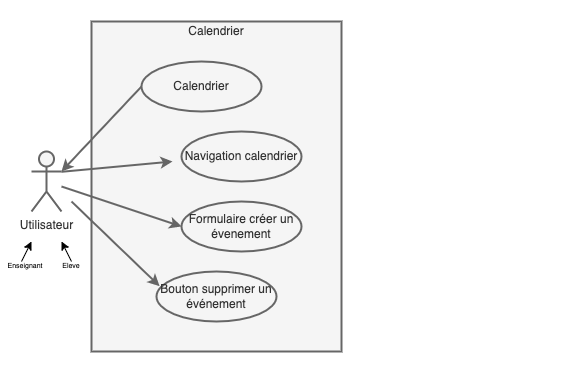
The draw.io diagram calendrier-usage.drawio.png in TanguyLunais-Robin/TestTest2020, before a commit. Source tidied: cells renumbered, new cells last; positions are measured from the earlier drawing's top-left corner, leaving out a move shared by most shapes.
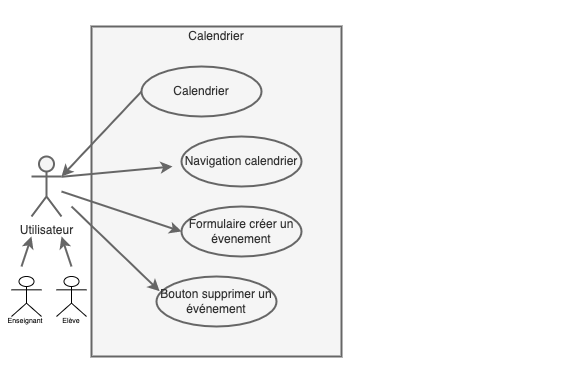
After the commit.

Diff of the diagram source:
```diff
@@ -3,7 +3,7 @@
     <mxCell id="0" />
     <mxCell id="1" parent="0" />
     <mxCell id="2" style="rounded=0;whiteSpace=wrap;html=1;strokeWidth=2;fillColor=#FFFFFF;strokeColor=none;" parent="1" vertex="1">
-      <mxGeometry width="580" height="380" as="geometry" />
+      <mxGeometry y="-5" width="580" height="380" as="geometry" />
     </mxCell>
     <mxCell id="3" style="rounded=0;whiteSpace=wrap;html=1;strokeWidth=2;fillColor=#f5f5f5;strokeColor=#666666;fontColor=#333333;" parent="1" vertex="1">
       <mxGeometry x="90" y="20" width="250" height="330" as="geometry" />
@@ -38,28 +38,34 @@
       </mxGeometry>
     </mxCell>
     <mxCell id="13" value="Enseignant&amp;nbsp;" style="text;html=1;strokeColor=none;fillColor=none;align=center;verticalAlign=middle;whiteSpace=wrap;rounded=0;fontSize=7;" parent="1" vertex="1">
-      <mxGeometry x="10" y="260" width="30" height="10" as="geometry" />
+      <mxGeometry x="10" y="310" width="30" height="10" as="geometry" />
     </mxCell>
-    <mxCell id="14" style="endArrow=classic;html=1;rounded=0;fontSize=7;" parent="1" edge="1">
-      <mxGeometry relative="1" as="geometry">
-        <mxPoint x="20" y="260" as="sourcePoint" />
-        <mxPoint x="30" y="240" as="targetPoint" />
-      </mxGeometry>
-    </mxCell>
-    <mxCell id="15" value="Eleve" style="text;html=1;strokeColor=none;fillColor=none;align=center;verticalAlign=middle;whiteSpace=wrap;rounded=0;fontSize=7;" parent="1" vertex="1">
-      <mxGeometry x="40" y="250" width="60" height="30" as="geometry" />
+    <mxCell id="15" value="Elève" style="text;html=1;strokeColor=none;fillColor=none;align=center;verticalAlign=middle;whiteSpace=wrap;rounded=0;fontSize=7;" parent="1" vertex="1">
+      <mxGeometry x="40" y="300" width="60" height="30" as="geometry" />
     </mxCell>
-    <mxCell id="16" style="endArrow=classic;html=1;rounded=0;fontSize=7;" parent="1" edge="1">
-      <mxGeometry relative="1" as="geometry">
-        <mxPoint x="70" y="260" as="sourcePoint" />
-        <mxPoint x="60" y="240" as="targetPoint" />
-      </mxGeometry>
-    </mxCell>
     <mxCell id="17" style="rounded=0;orthogonalLoop=1;jettySize=auto;html=1;strokeWidth=2;fillColor=#f5f5f5;strokeColor=#666666;" parent="1" edge="1">
       <mxGeometry relative="1" as="geometry">
         <mxPoint x="60" y="170.3" as="sourcePoint" />
         <mxPoint x="171" y="160" as="targetPoint" />
       </mxGeometry>
     </mxCell>
+    <mxCell id="18" style="rounded=0;orthogonalLoop=1;jettySize=auto;html=1;strokeWidth=2;fillColor=#f5f5f5;strokeColor=#666666;" parent="1" edge="1">
+      <mxGeometry relative="1" as="geometry">
+        <mxPoint x="70" y="260" as="sourcePoint" />
+        <mxPoint x="60" y="230" as="targetPoint" />
+      </mxGeometry>
+    </mxCell>
+    <mxCell id="19" style="shape=umlActor;verticalLabelPosition=bottom;verticalAlign=top;html=1;" parent="1" vertex="1">
+      <mxGeometry x="55" y="270" width="30" height="40" as="geometry" />
+    </mxCell>
+    <mxCell id="20" style="rounded=0;orthogonalLoop=1;jettySize=auto;html=1;strokeWidth=2;fillColor=#f5f5f5;strokeColor=#666666;" parent="1" edge="1">
+      <mxGeometry relative="1" as="geometry">
+        <mxPoint x="20" y="260" as="sourcePoint" />
+        <mxPoint x="30" y="230" as="targetPoint" />
+      </mxGeometry>
+    </mxCell>
+    <mxCell id="21" style="shape=umlActor;verticalLabelPosition=bottom;verticalAlign=top;html=1;" parent="1" vertex="1">
+      <mxGeometry x="10" y="270" width="30" height="40" as="geometry" />
+    </mxCell>
   </root>
 </mxGraphModel>
```
